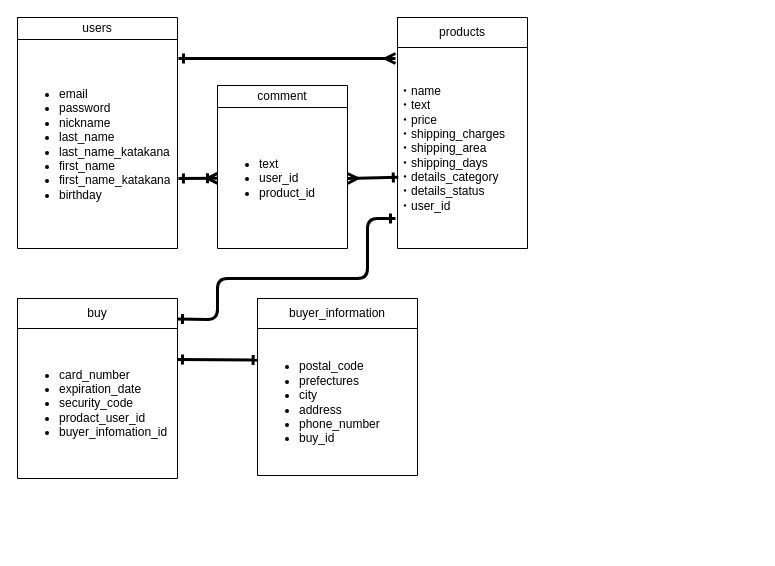
Before: furimaER.dio in todakou/furima-32027, a draw.io diagram. Source tidied: cells renumbered, new cells numbered last; positions are measured from the earlier drawing's top-left corner, leaving out a move shared by most shapes. Both pictures are drawn from the tidied source at 100%, with x=0, y=0 at pixel (17, 17).
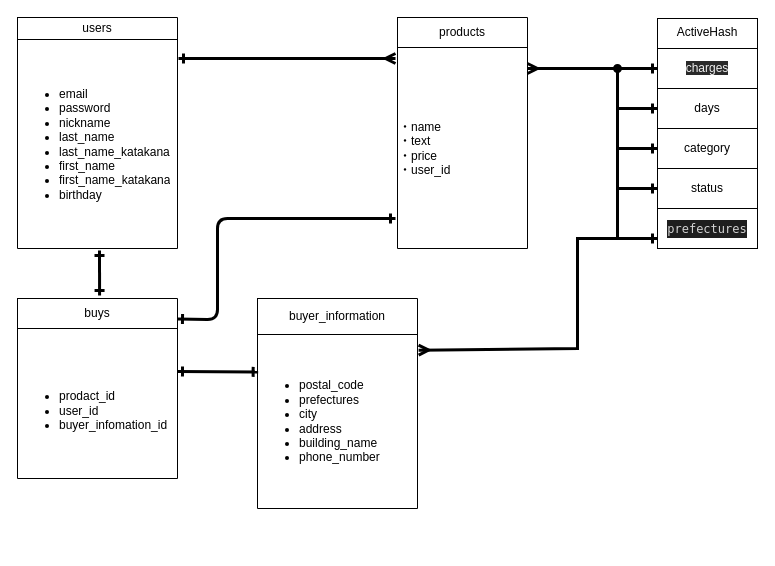
After the change.

Commit message (it also covers changes not shown here):
ER図、README修正/gem導入

The change refers to these unchanged cells:
```xml
<mxCell id="5" style="shape=partialRectangle;html=1;whiteSpace=wrap;fillColor=none;top=0;left=0;bottom=0;right=0;points=[[0,0.5],[1,0.5]];portConstraint=eastwest;" parent="2" vertex="1">
  <mxGeometry y="22" width="160" height="209" as="geometry" />
</mxCell>
<mxCell id="15" style="shape=partialRectangle;html=1;whiteSpace=wrap;fillColor=none;top=0;left=0;bottom=0;right=0;points=[[0,0.5],[1,0.5]];portConstraint=eastwest;" parent="14" vertex="1">
  <mxGeometry width="160" height="30" as="geometry" />
</mxCell>
<mxCell id="17" style="shape=partialRectangle;html=1;whiteSpace=wrap;fillColor=none;top=0;left=0;bottom=0;right=0;" parent="14" vertex="1">
  <mxGeometry y="30" width="160" height="150" as="geometry" />
</mxCell>
<mxCell id="30" style="shape=partialRectangle;html=1;whiteSpace=wrap;fillColor=none;top=0;left=0;bottom=0;right=0;points=[[0,0.5],[1,0.5]];portConstraint=eastwest;" parent="27" vertex="1">
  <mxGeometry y="30" width="130" height="201" as="geometry" />
</mxCell>
```

Diff of the diagram source:
```diff
@@
-    <mxCell id="9" style="shape=table;html=1;whiteSpace=wrap;startSize=0;childLayout=tableLayout;align=left;" parent="1" vertex="1">
-      <mxGeometry x="200" y="68" width="130" height="163" as="geometry" />
-    </mxCell>
-    <mxCell id="10" style="shape=partialRectangle;html=1;whiteSpace=wrap;fillColor=none;top=0;left=0;bottom=0;right=0;" parent="9" vertex="1">
-      <mxGeometry width="130" height="22" as="geometry" />
-    </mxCell>
-    <mxCell id="11" value="comment" style="shape=partialRectangle;html=1;whiteSpace=wrap;overflow=hidden;fillColor=none;top=0;left=0;bottom=0;right=0;" parent="10" vertex="1">
-      <mxGeometry width="130" height="22" as="geometry" />
-    </mxCell>
-    <mxCell id="12" style="shape=partialRectangle;html=1;whiteSpace=wrap;fillColor=none;top=0;left=0;bottom=0;right=0;points=[[0,0.5],[1,0.5]];portConstraint=eastwest;" parent="9" vertex="1">
-      <mxGeometry y="22" width="130" height="141" as="geometry" />
-    </mxCell>
-    <mxCell id="13" value="&lt;ul&gt;&lt;li&gt;text&lt;/li&gt;&lt;li&gt;user_id&lt;/li&gt;&lt;li&gt;product_id&lt;/li&gt;&lt;/ul&gt;" style="shape=partialRectangle;html=1;whiteSpace=wrap;overflow=hidden;fillColor=none;top=0;left=0;bottom=0;right=0;align=left;" parent="12" vertex="1">
-      <mxGeometry width="130" height="141" as="geometry" />
-    </mxCell>
@@
-    <mxCell id="16" value="buy" style="shape=partialRectangle;html=1;whiteSpace=wrap;overflow=hidden;fillColor=none;top=0;left=0;bottom=0;right=0;" parent="15" vertex="1">
+    <mxCell id="16" value="buys" style="shape=partialRectangle;html=1;whiteSpace=wrap;overflow=hidden;fillColor=none;top=0;left=0;bottom=0;right=0;" parent="15" vertex="1">
       <mxGeometry width="160" height="30" as="geometry" />
     </mxCell>
@@
-    <mxCell id="18" value="&lt;ul&gt;&lt;li&gt;card_number&lt;/li&gt;&lt;li&gt;expiration_date&lt;/li&gt;&lt;li&gt;security_code&lt;/li&gt;&lt;li&gt;prodact_user_id&lt;/li&gt;&lt;li&gt;buyer_infomation_id&lt;/li&gt;&lt;/ul&gt;" style="shape=partialRectangle;html=1;whiteSpace=wrap;overflow=hidden;fillColor=none;top=0;left=0;bottom=0;right=0;align=left;" parent="17" vertex="1">
+    <mxCell id="18" value="&lt;div&gt;&lt;br&gt;&lt;/div&gt;&lt;ul&gt;&lt;li&gt;prodact_id&lt;/li&gt;&lt;li&gt;user_id&lt;/li&gt;&lt;li&gt;buyer_infomation_id&lt;/li&gt;&lt;/ul&gt;" style="shape=partialRectangle;html=1;whiteSpace=wrap;overflow=hidden;fillColor=none;top=0;left=0;bottom=0;right=0;align=left;" parent="17" vertex="1">
       <mxGeometry width="160" height="150" as="geometry" />
     </mxCell>
     <mxCell id="19" style="shape=table;html=1;whiteSpace=wrap;startSize=0;childLayout=tableLayout;" parent="1" vertex="1">
-      <mxGeometry x="240" y="281" width="160" height="177" as="geometry" />
+      <mxGeometry x="240" y="281" width="160" height="210" as="geometry" />
     </mxCell>
     <mxCell id="20" style="shape=partialRectangle;html=1;whiteSpace=wrap;fillColor=none;top=0;left=0;bottom=0;right=0;" parent="19" vertex="1">
-      <mxGeometry width="160" height="30" as="geometry" />
+      <mxGeometry width="160" height="36" as="geometry" />
     </mxCell>
     <mxCell id="21" value="buyer_information" style="shape=partialRectangle;html=1;whiteSpace=wrap;overflow=hidden;fillColor=none;top=0;left=0;bottom=0;right=0;" parent="20" vertex="1">
-      <mxGeometry width="160" height="30" as="geometry" />
+      <mxGeometry width="160" height="36" as="geometry" />
     </mxCell>
     <mxCell id="22" style="shape=partialRectangle;html=1;whiteSpace=wrap;fillColor=none;top=0;left=0;bottom=0;right=0;points=[[0,0.5],[1,0.5]];portConstraint=eastwest;" parent="19" vertex="1">
-      <mxGeometry y="30" width="160" height="147" as="geometry" />
+      <mxGeometry y="36" width="160" height="174" as="geometry" />
     </mxCell>
-    <mxCell id="23" value="&lt;ul&gt;&lt;li&gt;postal_code&lt;/li&gt;&lt;li&gt;prefectures&lt;/li&gt;&lt;li&gt;city&lt;/li&gt;&lt;li&gt;address&lt;/li&gt;&lt;li&gt;phone_number&lt;/li&gt;&lt;li&gt;buy_id&lt;/li&gt;&lt;/ul&gt;" style="shape=partialRectangle;html=1;whiteSpace=wrap;overflow=hidden;fillColor=none;top=0;left=0;bottom=0;right=0;align=left;" parent="22" vertex="1">
-      <mxGeometry width="160" height="147" as="geometry" />
+    <mxCell id="23" value="&lt;ul&gt;&lt;li&gt;postal_code&lt;/li&gt;&lt;li&gt;prefectures&lt;/li&gt;&lt;li&gt;city&lt;/li&gt;&lt;li&gt;address&lt;/li&gt;&lt;li&gt;building_name&lt;/li&gt;&lt;li&gt;phone_number&lt;/li&gt;&lt;/ul&gt;" style="shape=partialRectangle;html=1;whiteSpace=wrap;overflow=hidden;fillColor=none;top=0;left=0;bottom=0;right=0;align=left;" parent="22" vertex="1">
+      <mxGeometry width="160" height="174" as="geometry" />
     </mxCell>
     <mxCell id="24" style="fontSize=12;html=1;endArrow=ERone;startArrow=ERone;strokeWidth=3;entryX=0.004;entryY=0.215;entryDx=0;entryDy=0;entryPerimeter=0;endFill=0;startFill=0;" parent="1" edge="1" target="22">
       <mxGeometry relative="1" as="geometry">
-        <mxPoint x="160" y="342" as="sourcePoint" />
+        <mxPoint x="160" y="354" as="sourcePoint" />
       </mxGeometry>
     </mxCell>
@@
-    <mxCell id="31" value="&lt;span&gt;・name&lt;/span&gt;&lt;br&gt;&lt;span&gt;・text&lt;/span&gt;&lt;br&gt;&lt;span&gt;・price&lt;/span&gt;&lt;br&gt;&lt;span style=&quot;font-family: &amp;#34;helvetica&amp;#34;&quot;&gt;・&lt;/span&gt;&lt;span style=&quot;font-family: &amp;#34;helvetica&amp;#34;&quot;&gt;shipping_c&lt;/span&gt;&lt;span&gt;harges&lt;br&gt;&lt;/span&gt;&lt;span style=&quot;font-family: &amp;#34;helvetica&amp;#34;&quot;&gt;・&lt;/span&gt;&lt;span style=&quot;font-family: &amp;#34;helvetica&amp;#34;&quot;&gt;shipping_&lt;/span&gt;&lt;span&gt;area&lt;br&gt;&lt;/span&gt;&lt;span style=&quot;font-family: &amp;#34;helvetica&amp;#34;&quot;&gt;・&lt;/span&gt;&lt;span style=&quot;font-family: &amp;#34;helvetica&amp;#34;&quot;&gt;shipping_&lt;/span&gt;&lt;span&gt;days&lt;/span&gt;&lt;span&gt;&lt;br&gt;&lt;/span&gt;&lt;div style=&quot;display: inline&quot;&gt;&lt;span style=&quot;font-family: &amp;#34;helvetica&amp;#34;&quot;&gt;・details_&lt;/span&gt;&lt;span&gt;category&lt;br&gt;&lt;/span&gt;&lt;span style=&quot;font-family: &amp;#34;helvetica&amp;#34;&quot;&gt;・details_&lt;/span&gt;&lt;span&gt;status&lt;br&gt;&lt;/span&gt;・user_id&lt;span&gt;&lt;br&gt;&lt;/span&gt;&lt;/div&gt;&lt;span style=&quot;color: rgba(0 , 0 , 0 , 0) ; font-family: monospace ; font-size: 0px&quot;&gt;&lt;ul&gt;&lt;li&gt;&lt;span style=&quot;color: rgba(0 , 0 , 0 , 0) ; font-family: monospace ; font-size: 0px&quot;&gt;&lt;div&gt;&lt;span&gt;%3CmxGraphModel%3E%3Croot%3E%3CmxCell%20id%3D%220%22%2F%3E%3CmxCell%20id%3D%221%22%20parent%3D%220%22%2F%3E%3CmxCell%20id%3D%222%22%20value%3D%22%22%20style%3D%22edgeStyle%3DentityRelationEdgeStyle%3BfontSize%3D12%3Bhtml%3D1%3BendArrow%3DERone%3BstartArrow%3DERmany%3BstrokeWidth%3D3%3BendFill%3D0%3BstartFill%3D0%3B%22%20edge%3D%221%22%20parent%3D%221%22%3E%3CmxGeometry%20width%3D%22100%22%20height%3D%22100%22%20relative%3D%221%22%20as%3D%22geometry%22%3E%3CmxPoint%20x%3D%22359.9999999999999%22%20y%3D%22110%22%20as%3D%22sourcePoint%22%2F%3E%3CmxPoint%20x%3D%22399.9999999999999%22%20y%3D%22110.34000000000003%22%20as%3D%22targetPoint%22%2F%3E%3C%2FmxGeometry%3E%3C%2FmxCell%3E%3C%2Froot%3E%3C%2FmxGraphModel%3E&lt;/span&gt;&lt;/div&gt;&lt;/span&gt;&lt;/li&gt;&lt;/ul&gt;&lt;/span&gt;" style="shape=partialRectangle;html=1;whiteSpace=wrap;overflow=hidden;fillColor=none;top=0;left=0;bottom=0;right=0;align=left;" parent="30" vertex="1">
+    <mxCell id="31" value="&lt;span&gt;・name&lt;/span&gt;&lt;br&gt;&lt;span&gt;・text&lt;/span&gt;&lt;br&gt;&lt;span&gt;・price&lt;/span&gt;&lt;div style=&quot;display: inline&quot;&gt;&lt;span&gt;&lt;br&gt;&lt;/span&gt;・user_id&lt;span&gt;&lt;br&gt;&lt;/span&gt;&lt;/div&gt;&lt;span style=&quot;color: rgba(0 , 0 , 0 , 0) ; font-family: monospace ; font-size: 0px&quot;&gt;&lt;ul&gt;&lt;li&gt;&lt;span style=&quot;color: rgba(0 , 0 , 0 , 0) ; font-family: monospace ; font-size: 0px&quot;&gt;&lt;div&gt;&lt;span&gt;%3CmxGraphModel%3E%3Croot%3E%3CmxCell%20id%3D%220%22%2F%3E%3CmxCell%20id%3D%221%22%20parent%3D%220%22%2F%3E%3CmxCell%20id%3D%222%22%20value%3D%22%22%20style%3D%22edgeStyle%3DentityRelationEdgeStyle%3BfontSize%3D12%3Bhtml%3D1%3BendArrow%3DERone%3BstartArrow%3DERmany%3BstrokeWidth%3D3%3BendFill%3D0%3BstartFill%3D0%3B%22%20edge%3D%221%22%20parent%3D%221%22%3E%3CmxGeometry%20width%3D%22100%22%20height%3D%22100%22%20relative%3D%221%22%20as%3D%22geometry%22%3E%3CmxPoint%20x%3D%22359.9999999999999%22%20y%3D%22110%22%20as%3D%22sourcePoint%22%2F%3E%3CmxPoint%20x%3D%22399.9999999999999%22%20y%3D%22110.34000000000003%22%20as%3D%22targetPoint%22%2F%3E%3C%2FmxGeometry%3E%3C%2FmxCell%3E%3C%2Froot%3E%3C%2FmxGraphModel%3E&lt;/span&gt;&lt;/div&gt;&lt;/span&gt;&lt;/li&gt;&lt;/ul&gt;&lt;/span&gt;" style="shape=partialRectangle;html=1;whiteSpace=wrap;overflow=hidden;fillColor=none;top=0;left=0;bottom=0;right=0;align=left;" parent="30" vertex="1">
       <mxGeometry width="130" height="201" as="geometry" />
     </mxCell>
-    <mxCell id="32" style="fontSize=12;html=1;endArrow=ERoneToMany;strokeWidth=3;startArrow=ERone;startFill=0;exitX=1.006;exitY=0.665;exitDx=0;exitDy=0;exitPerimeter=0;" parent="1" edge="1" source="5" target="12">
-      <mxGeometry relative="1" as="geometry" />
-    </mxCell>
-    <mxCell id="33" style="fontSize=12;html=1;endArrow=ERone;strokeWidth=3;startArrow=ERmany;startFill=0;entryX=0.006;entryY=0.646;entryDx=0;entryDy=0;entryPerimeter=0;endFill=0;" parent="1" edge="1" target="30">
-      <mxGeometry relative="1" as="geometry">
-        <mxPoint x="330" y="161" as="sourcePoint" />
-      </mxGeometry>
-    </mxCell>
     <mxCell id="34" style="fontSize=12;html=1;endArrow=ERone;startArrow=ERone;strokeWidth=3;endFill=0;startFill=0;" parent="1" edge="1">
       <mxGeometry relative="1" as="geometry">
         <mxPoint x="160" y="301.5" as="sourcePoint" />
         <mxPoint x="378" y="201" as="targetPoint" />
         <Array as="points">
           <mxPoint x="200" y="302" />
-          <mxPoint x="200" y="261" />
-          <mxPoint x="350" y="261" />
+          <mxPoint x="200" y="201" />
           <mxPoint x="350" y="201" />
         </Array>
       </mxGeometry>
     </mxCell>
+    <mxCell id="35" style="fontSize=12;html=1;endArrow=ERone;startArrow=ERone;strokeWidth=3;entryX=0.513;entryY=-0.1;entryDx=0;entryDy=0;entryPerimeter=0;endFill=0;startFill=0;" parent="1" edge="1" target="15">
+      <mxGeometry relative="1" as="geometry">
+        <mxPoint x="82" y="233" as="sourcePoint" />
+      </mxGeometry>
+    </mxCell>
+    <mxCell id="36" style="edgeStyle=entityRelationEdgeStyle;fontSize=12;html=1;endArrow=oval;startArrow=ERmany;strokeWidth=3;endFill=1;startFill=0;" parent="1" edge="1">
+      <mxGeometry relative="1" as="geometry">
+        <mxPoint x="510" y="51" as="sourcePoint" />
+        <mxPoint x="600" y="51" as="targetPoint" />
+      </mxGeometry>
+    </mxCell>
+    <mxCell id="37" style="group;" parent="1" vertex="1">
+      <mxGeometry x="640" y="1" width="100" height="230" as="geometry" />
+    </mxCell>
+    <mxCell id="38" value="ActiveHash" style="whiteSpace=wrap;html=1;align=center;verticalAlign=top;" parent="37" vertex="1">
+      <mxGeometry width="100" height="230" as="geometry" />
+    </mxCell>
+    <mxCell id="39" value="days" style="whiteSpace=wrap;html=1;align=center;" parent="37" vertex="1">
+      <mxGeometry y="70" width="100" height="40" as="geometry" />
+    </mxCell>
+    <mxCell id="40" value="category" style="whiteSpace=wrap;html=1;align=center;" parent="37" vertex="1">
+      <mxGeometry y="110" width="100" height="40" as="geometry" />
+    </mxCell>
+    <mxCell id="41" value="status" style="whiteSpace=wrap;html=1;align=center;" parent="37" vertex="1">
+      <mxGeometry y="150" width="100" height="40" as="geometry" />
+    </mxCell>
+    <mxCell id="42" value="&lt;span style=&quot;color: rgb(240, 240, 240); font-size: 12px; font-style: normal; font-weight: 400; letter-spacing: normal; text-align: left; text-indent: 0px; text-transform: none; word-spacing: 0px; background-color: rgb(42, 42, 42); font-family: helvetica;&quot;&gt;c&lt;/span&gt;&lt;span style=&quot;color: rgb(240, 240, 240); font-family: helvetica; font-size: 12px; font-style: normal; font-weight: 400; letter-spacing: normal; text-align: left; text-indent: 0px; text-transform: none; word-spacing: 0px; background-color: rgb(42, 42, 42);&quot;&gt;harges&lt;/span&gt;" style="whiteSpace=wrap;html=1;align=center;" parent="37" vertex="1">
+      <mxGeometry y="30" width="100" height="40" as="geometry" />
+    </mxCell>
+    <mxCell id="43" value="&lt;div style=&quot;color: rgb(212 , 212 , 212) ; background-color: rgb(30 , 30 , 30) ; font-family: &amp;#34;menlo&amp;#34; , &amp;#34;monaco&amp;#34; , &amp;#34;courier new&amp;#34; , monospace ; line-height: 18px&quot;&gt;prefectures&lt;/div&gt;" style="whiteSpace=wrap;html=1;align=center;" parent="37" vertex="1">
+      <mxGeometry y="190" width="100" height="40" as="geometry" />
+    </mxCell>
+    <mxCell id="44" style="endArrow=ERone;html=1;rounded=0;strokeWidth=3;endFill=0;" parent="1" edge="1">
+      <mxGeometry relative="1" as="geometry">
+        <mxPoint x="550" y="51" as="sourcePoint" />
+        <mxPoint x="640" y="51" as="targetPoint" />
+      </mxGeometry>
+    </mxCell>
+    <mxCell id="45" style="endArrow=ERone;html=1;rounded=0;strokeWidth=3;startArrow=ERmany;startFill=0;exitX=1.007;exitY=0.09;exitDx=0;exitDy=0;exitPerimeter=0;endFill=0;" parent="1" edge="1" source="22">
+      <mxGeometry relative="1" as="geometry">
+        <mxPoint x="640" y="221" as="targetPoint" />
+        <Array as="points">
+          <mxPoint x="560" y="331" />
+          <mxPoint x="560" y="221" />
+        </Array>
+      </mxGeometry>
+    </mxCell>
+    <mxCell id="46" style="endArrow=ERone;html=1;rounded=0;strokeWidth=3;endFill=0;" parent="1" edge="1">
+      <mxGeometry relative="1" as="geometry">
+        <mxPoint x="600" y="131" as="sourcePoint" />
+        <mxPoint x="640" y="131" as="targetPoint" />
+      </mxGeometry>
+    </mxCell>
+    <mxCell id="47" style="endArrow=ERone;html=1;rounded=0;strokeWidth=3;endFill=0;" parent="1" edge="1">
+      <mxGeometry relative="1" as="geometry">
+        <mxPoint x="600" y="171" as="sourcePoint" />
+        <mxPoint x="640" y="171" as="targetPoint" />
+      </mxGeometry>
+    </mxCell>
+    <mxCell id="48" style="endArrow=ERone;html=1;rounded=0;strokeWidth=3;endFill=0;" parent="1" edge="1">
+      <mxGeometry relative="1" as="geometry">
+        <mxPoint x="600" y="91" as="sourcePoint" />
+        <mxPoint x="640" y="91" as="targetPoint" />
+      </mxGeometry>
+    </mxCell>
+    <mxCell id="49" style="endArrow=none;html=1;rounded=0;strokeWidth=3;endFill=0;" parent="1" edge="1">
+      <mxGeometry relative="1" as="geometry">
+        <mxPoint x="600" y="51" as="sourcePoint" />
+        <mxPoint x="600" y="221" as="targetPoint" />
+      </mxGeometry>
+    </mxCell>
```
